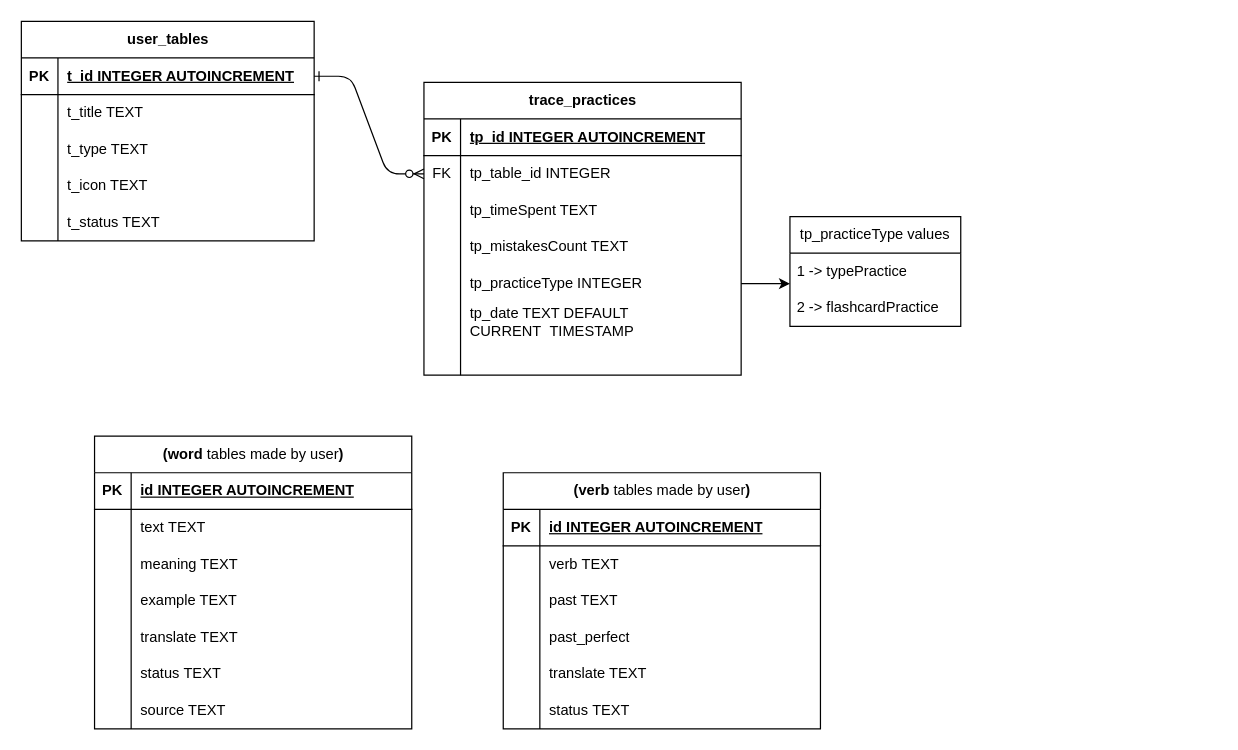
This is docs/database.drawio from msalehicode/typeDrill, a draw.io file, before an edit. Source tidied: cells renumbered, new cells numbered last; positions are measured from the earlier drawing's top-left corner, leaving out a move shared by most shapes. Both pictures are drawn from the tidied source at 122%, with x=0, y=0 at pixel (21, -28).
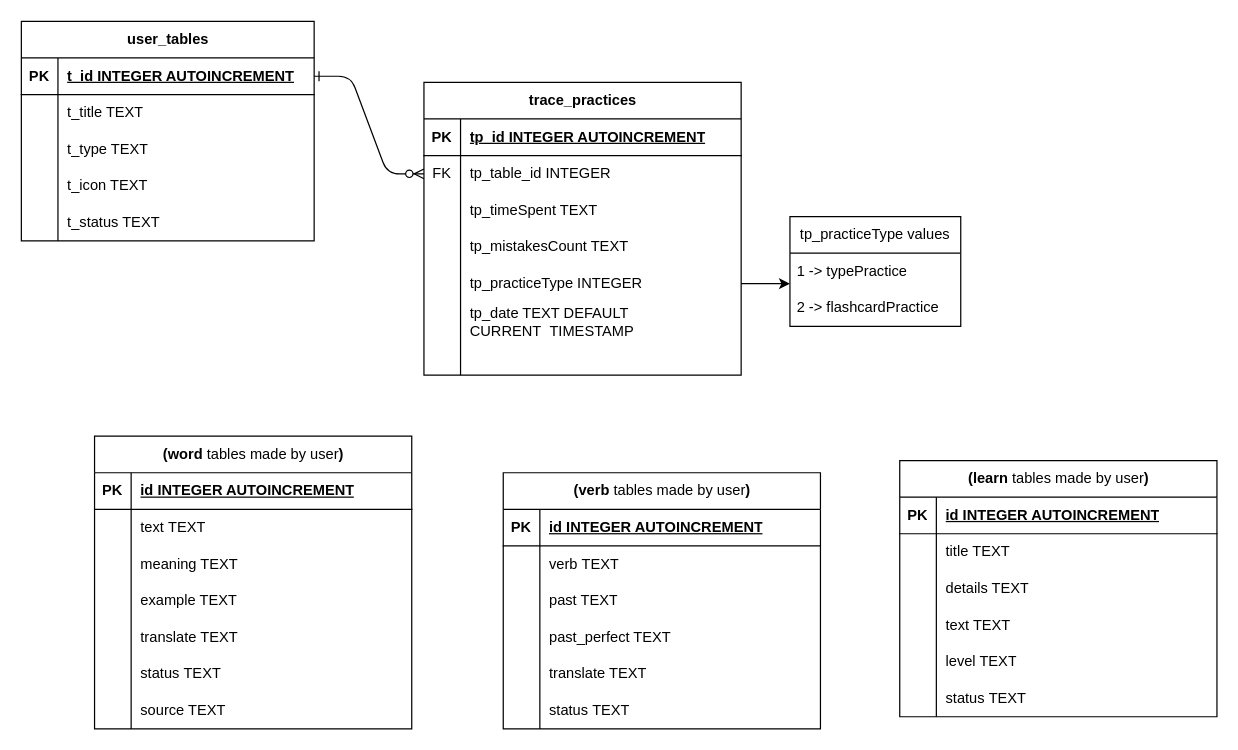
Above is the later version.

Commit message (it also covers changes not shown here):
database doc updated for learn table

Unchanged cells that the change refers to:
```xml
<mxCell id="73" style="shape=tableRow;horizontal=0;startSize=0;swimlaneHead=0;swimlaneBody=0;fillColor=none;top=0;left=0;right=0;bottom=0;" parent="63" vertex="1">
  <mxGeometry y="120" width="260" height="30" as="geometry" />
</mxCell>
```

Change to the diagram source:
```diff
@@
-    <mxCell id="75" value="past_perfect" style="shape=partialRectangle;fillColor=none;top=0;left=0;bottom=0;right=0;align=left;spacingLeft=6;overflow=hidden;whiteSpace=wrap;html=1;" parent="73" vertex="1">
+    <mxCell id="75" value="past_perfect TEXT" style="shape=partialRectangle;fillColor=none;top=0;left=0;bottom=0;right=0;align=left;spacingLeft=6;overflow=hidden;whiteSpace=wrap;html=1;" parent="73" vertex="1">
       <mxGeometry x="30" width="230" height="30" as="geometry" />
     </mxCell>
@@
+    <mxCell id="86" value="(&lt;font style=&quot;color: light-dark(rgb(0, 0, 0), rgb(255, 29, 29));&quot;&gt;learn&lt;/font&gt; &lt;span style=&quot;font-weight: normal;&quot;&gt;tables made by user&lt;/span&gt;)" style="shape=table;startSize=30;childLayout=tableLayout;rowLines=0;fontStyle=1;align=center;html=1;" parent="1" vertex="1">
+      <mxGeometry x="720" y="400" width="260" height="210" as="geometry" />
+    </mxCell>
+    <mxCell id="87" style="shape=tableRow;horizontal=0;startSize=0;swimlaneHead=0;swimlaneBody=0;fillColor=none;top=0;left=0;right=0;bottom=1;" parent="86" vertex="1">
+      <mxGeometry y="30" width="260" height="30" as="geometry" />
+    </mxCell>
+    <mxCell id="88" value="PK" style="shape=partialRectangle;fillColor=none;top=0;left=0;bottom=0;right=0;fontStyle=1;overflow=hidden;whiteSpace=wrap;html=1;" parent="87" vertex="1">
+      <mxGeometry width="30" height="30" as="geometry" />
+    </mxCell>
+    <mxCell id="89" value="&lt;span style=&quot;text-wrap-mode: nowrap;&quot;&gt;id INTEGER AUTOINCREMENT&lt;/span&gt;" style="shape=partialRectangle;fillColor=none;top=0;left=0;bottom=0;right=0;align=left;spacingLeft=6;fontStyle=5;overflow=hidden;whiteSpace=wrap;html=1;" parent="87" vertex="1">
+      <mxGeometry x="30" width="230" height="30" as="geometry" />
+    </mxCell>
+    <mxCell id="90" style="shape=tableRow;horizontal=0;startSize=0;swimlaneHead=0;swimlaneBody=0;fillColor=none;top=0;left=0;right=0;bottom=0;" parent="86" vertex="1">
+      <mxGeometry y="60" width="260" height="30" as="geometry" />
+    </mxCell>
+    <mxCell id="91" style="shape=partialRectangle;fillColor=none;top=0;left=0;bottom=0;right=0;overflow=hidden;whiteSpace=wrap;html=1;" parent="90" vertex="1">
+      <mxGeometry width="30" height="30" as="geometry" />
+    </mxCell>
+    <mxCell id="92" value="&lt;span style=&quot;text-wrap-mode: nowrap;&quot;&gt;title&amp;nbsp;&lt;/span&gt;TEXT" style="shape=partialRectangle;fillColor=none;top=0;left=0;bottom=0;right=0;align=left;spacingLeft=6;overflow=hidden;whiteSpace=wrap;html=1;" parent="90" vertex="1">
+      <mxGeometry x="30" width="230" height="30" as="geometry" />
+    </mxCell>
+    <mxCell id="93" style="shape=tableRow;horizontal=0;startSize=0;swimlaneHead=0;swimlaneBody=0;fillColor=none;top=0;left=0;right=0;bottom=0;" parent="86" vertex="1">
+      <mxGeometry y="90" width="260" height="30" as="geometry" />
+    </mxCell>
+    <mxCell id="94" style="shape=partialRectangle;fillColor=none;top=0;left=0;bottom=0;right=0;overflow=hidden;whiteSpace=wrap;html=1;" parent="93" vertex="1">
+      <mxGeometry width="30" height="30" as="geometry" />
+    </mxCell>
+    <mxCell id="95" value="details TEXT" style="shape=partialRectangle;fillColor=none;top=0;left=0;bottom=0;right=0;align=left;spacingLeft=6;overflow=hidden;whiteSpace=wrap;html=1;" parent="93" vertex="1">
+      <mxGeometry x="30" width="230" height="30" as="geometry" />
+    </mxCell>
+    <mxCell id="96" style="shape=tableRow;horizontal=0;startSize=0;swimlaneHead=0;swimlaneBody=0;fillColor=none;top=0;left=0;right=0;bottom=0;" parent="86" vertex="1">
+      <mxGeometry y="120" width="260" height="30" as="geometry" />
+    </mxCell>
+    <mxCell id="97" style="shape=partialRectangle;fillColor=none;top=0;left=0;bottom=0;right=0;overflow=hidden;whiteSpace=wrap;html=1;" parent="96" vertex="1">
+      <mxGeometry width="30" height="30" as="geometry" />
+    </mxCell>
+    <mxCell id="98" value="text TEXT" style="shape=partialRectangle;fillColor=none;top=0;left=0;bottom=0;right=0;align=left;spacingLeft=6;overflow=hidden;whiteSpace=wrap;html=1;" parent="96" vertex="1">
+      <mxGeometry x="30" width="230" height="30" as="geometry" />
+    </mxCell>
+    <mxCell id="99" style="shape=tableRow;horizontal=0;startSize=0;swimlaneHead=0;swimlaneBody=0;fillColor=none;top=0;left=0;right=0;bottom=0;" parent="86" vertex="1">
+      <mxGeometry y="150" width="260" height="30" as="geometry" />
+    </mxCell>
+    <mxCell id="100" style="shape=partialRectangle;fillColor=none;top=0;left=0;bottom=0;right=0;overflow=hidden;whiteSpace=wrap;html=1;" parent="99" vertex="1">
+      <mxGeometry width="30" height="30" as="geometry" />
+    </mxCell>
+    <mxCell id="101" value="level TEXT" style="shape=partialRectangle;fillColor=none;top=0;left=0;bottom=0;right=0;align=left;spacingLeft=6;overflow=hidden;whiteSpace=wrap;html=1;" parent="99" vertex="1">
+      <mxGeometry x="30" width="230" height="30" as="geometry" />
+    </mxCell>
+    <mxCell id="102" style="shape=tableRow;horizontal=0;startSize=0;swimlaneHead=0;swimlaneBody=0;fillColor=none;top=0;left=0;right=0;bottom=0;" parent="86" vertex="1">
+      <mxGeometry y="180" width="260" height="30" as="geometry" />
+    </mxCell>
+    <mxCell id="103" style="shape=partialRectangle;fillColor=none;top=0;left=0;bottom=0;right=0;overflow=hidden;whiteSpace=wrap;html=1;" parent="102" vertex="1">
+      <mxGeometry width="30" height="30" as="geometry" />
+    </mxCell>
+    <mxCell id="104" value="status&amp;nbsp;TEXT" style="shape=partialRectangle;fillColor=none;top=0;left=0;bottom=0;right=0;align=left;spacingLeft=6;overflow=hidden;whiteSpace=wrap;html=1;" parent="102" vertex="1">
+      <mxGeometry x="30" width="230" height="30" as="geometry" />
+    </mxCell>
```
